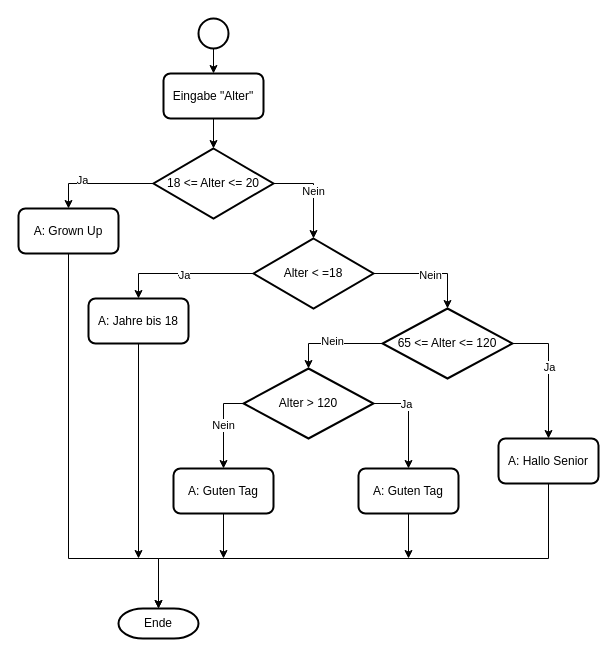
Earlier version of the draw.io diagram 03_Selektion/Übungen/GrownUpCalculator/GrownUpCalculator.drawio (htl-leo-prog-1/examples-ha). Source tidied: cells renumbered, new cells numbered last; positions are measured from the earlier drawing's top-left corner, leaving out a move shared by most shapes. Both pictures are drawn from the tidied source at 100%, with x=0, y=0 at pixel (18, 18).
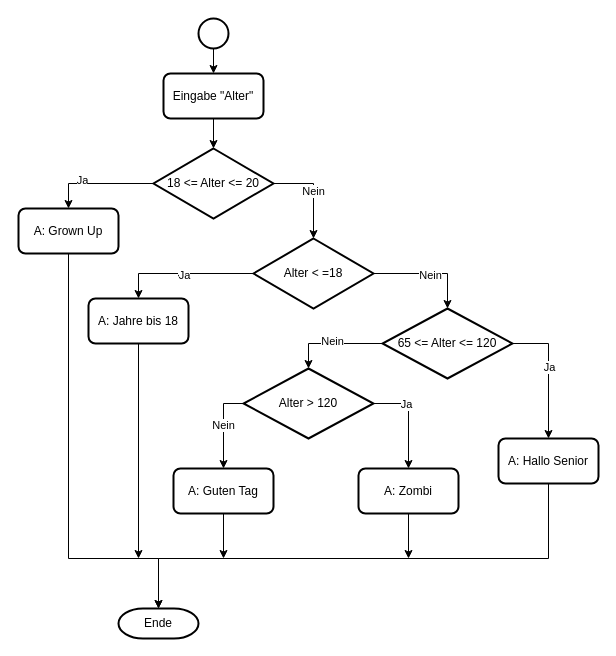
The same diagram, later.

Change to the diagram source:
```diff
@@
-    <mxCell id="35" value="A: Guten Tag" style="rounded=1;whiteSpace=wrap;html=1;absoluteArcSize=1;arcSize=14;strokeWidth=2;" parent="1" vertex="1">
+    <mxCell id="35" value="A: Zombi" style="rounded=1;whiteSpace=wrap;html=1;absoluteArcSize=1;arcSize=14;strokeWidth=2;" parent="1" vertex="1">
       <mxGeometry x="340" y="450" width="100" height="45" as="geometry" />
     </mxCell>
```
